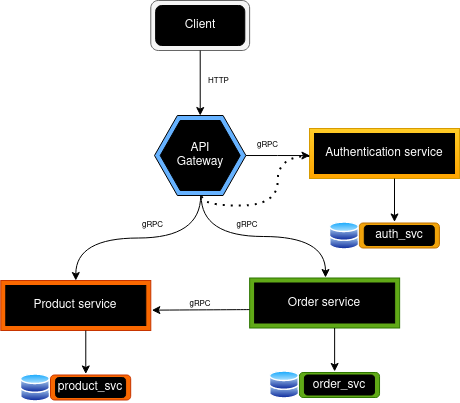
Above: Untitled Diagram.drawio.png in OlegDjur/Simple-Bank-Example (draw.io), before the change. Source tidied: cells renumbered, new cells last; positions are measured from the earlier drawing's top-left corner, leaving out a move shared by most shapes.
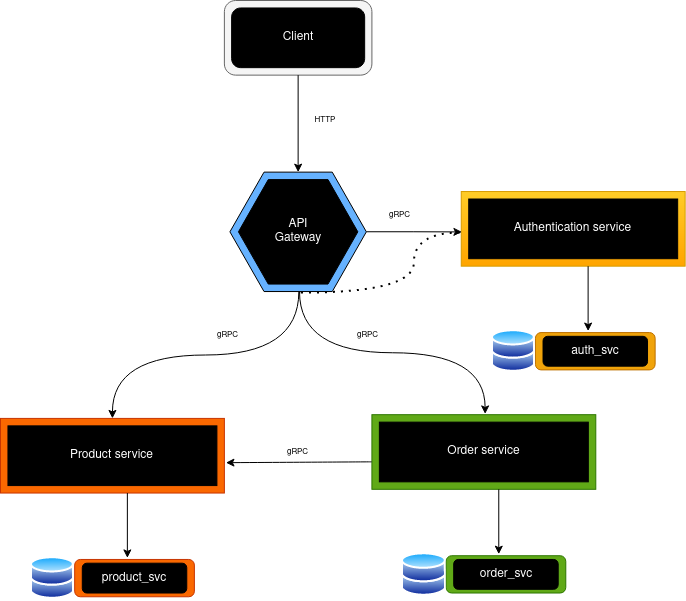
After the commit.

Change to the diagram source:
```diff
@@ -2,136 +2,139 @@
   <root>
     <mxCell id="0" />
     <mxCell id="1" parent="0" />
+    <mxCell id="43" style="group;" parent="1" vertex="1">
+      <mxGeometry x="-36" y="-55" width="684.6" height="600" as="geometry" />
+    </mxCell>
-    <mxCell id="2" style="rounded=1;whiteSpace=wrap;html=1;labelBackgroundColor=none;fillColor=#f0a30a;strokeColor=#BD7000;fontColor=#000000;" parent="1" vertex="1">
-      <mxGeometry x="358.7" y="222.5" width="80.2" height="25" as="geometry" />
+    <mxCell id="2" style="rounded=1;whiteSpace=wrap;html=1;labelBackgroundColor=none;fillColor=#f0a30a;strokeColor=#BD7000;fontColor=#000000;" parent="43" vertex="1">
+      <mxGeometry x="534.9" y="332.1" width="119.7" height="37.3" as="geometry" />
     </mxCell>
-    <mxCell id="3" style="rounded=1;whiteSpace=wrap;html=1;labelBackgroundColor=none;fillColor=#f5f5f5;fontColor=#333333;strokeColor=#666666;" parent="1" vertex="1">
-      <mxGeometry x="150.3" width="98.8" height="50" as="geometry" />
+    <mxCell id="3" style="rounded=1;whiteSpace=wrap;html=1;labelBackgroundColor=none;fillColor=#f5f5f5;fontColor=#333333;strokeColor=#666666;" parent="43" vertex="1">
+      <mxGeometry x="223.9" width="147.5" height="74.6" as="geometry" />
     </mxCell>
-    <mxCell id="4" style="rounded=0;whiteSpace=wrap;html=1;labelBackgroundColor=none;fillColor=#ffcd28;gradientColor=#ffa500;strokeColor=#d79b00;" parent="1" vertex="1">
-      <mxGeometry x="309" y="128" width="150" height="50" as="geometry" />
+    <mxCell id="4" style="rounded=0;whiteSpace=wrap;html=1;labelBackgroundColor=none;fillColor=#ffcd28;gradientColor=#ffa500;strokeColor=#d79b00;" parent="43" vertex="1">
+      <mxGeometry x="460.8" y="191" width="223.9" height="74.6" as="geometry" />
     </mxCell>
-    <mxCell id="5" style="edgeStyle=orthogonalEdgeStyle;rounded=0;jettySize=auto;html=1;fontColor=#FFFFFF;entryX=0.003;entryY=0.541;entryDx=0;entryDy=0;entryPerimeter=0;" parent="1" edge="1" source="6" target="4">
+    <mxCell id="5" style="edgeStyle=orthogonalEdgeStyle;rounded=0;jettySize=auto;html=1;fontColor=#FFFFFF;entryX=0.003;entryY=0.541;entryDx=0;entryDy=0;entryPerimeter=0;" parent="43" edge="1" source="6" target="4">
       <mxGeometry relative="1" as="geometry" />
     </mxCell>
-    <mxCell id="6" style="verticalLabelPosition=bottom;verticalAlign=top;html=1;shape=mxgraph.basic.polygon;polyCoords=[[0.25,0],[0.75,0],[1,0.5],[1,0.5],[0.75,1],[0.25,1],[0,0.5],[0,0.5]];polyline=0;fillColor=#66B2FF;" parent="1" vertex="1">
-      <mxGeometry x="154" y="115" width="91.4" height="80" as="geometry" />
+    <mxCell id="6" style="verticalLabelPosition=bottom;verticalAlign=top;html=1;shape=mxgraph.basic.polygon;polyCoords=[[0.25,0],[0.75,0],[1,0.5],[1,0.5],[0.75,1],[0.25,1],[0,0.5],[0,0.5]];polyline=0;fillColor=#66B2FF;" parent="43" vertex="1">
+      <mxGeometry x="229.4" y="171.6" width="136.5" height="119.4" as="geometry" />
     </mxCell>
-    <mxCell id="7" style="verticalLabelPosition=bottom;verticalAlign=top;html=1;shape=mxgraph.basic.polygon;polyCoords=[[0.25,0],[0.75,0],[1,0.5],[1,0.5],[0.75,1],[0.25,1],[0,0.5],[0,0.5]];polyline=0;fillColor=#000000;" parent="1" vertex="1">
-      <mxGeometry x="159.7" y="120" width="80" height="70" as="geometry" />
+    <mxCell id="7" style="verticalLabelPosition=bottom;verticalAlign=top;html=1;shape=mxgraph.basic.polygon;polyCoords=[[0.25,0],[0.75,0],[1,0.5],[1,0.5],[0.75,1],[0.25,1],[0,0.5],[0,0.5]];polyline=0;fillColor=#000000;" parent="43" vertex="1">
+      <mxGeometry x="237.9" y="179.1" width="119.4" height="104.5" as="geometry" />
     </mxCell>
-    <mxCell id="8" value="&lt;div&gt;&lt;font color=&quot;#FFFFFF&quot;&gt;&lt;span style=&quot;background-color: transparent;&quot;&gt;API&lt;br&gt;&lt;/span&gt;&lt;/font&gt;&lt;/div&gt;&lt;div&gt;&lt;font color=&quot;#FFFFFF&quot;&gt;&lt;span style=&quot;background-color: transparent;&quot;&gt;Gateway&lt;/span&gt;&lt;/font&gt;&lt;/div&gt;" style="text;html=1;align=center;verticalAlign=middle;whiteSpace=wrap;rounded=0;" parent="1" vertex="1">
-      <mxGeometry x="169.7" y="140" width="60" height="30" as="geometry" />
+    <mxCell id="8" value="&lt;div&gt;&lt;font color=&quot;#FFFFFF&quot;&gt;&lt;span style=&quot;background-color: transparent;&quot;&gt;API&lt;br&gt;&lt;/span&gt;&lt;/font&gt;&lt;/div&gt;&lt;div&gt;&lt;font color=&quot;#FFFFFF&quot;&gt;&lt;span style=&quot;background-color: transparent;&quot;&gt;Gateway&lt;/span&gt;&lt;/font&gt;&lt;/div&gt;" style="text;html=1;align=center;verticalAlign=middle;whiteSpace=wrap;rounded=0;" parent="43" vertex="1">
+      <mxGeometry x="252.9" y="209" width="89.6" height="44.8" as="geometry" />
     </mxCell>
-    <mxCell id="9" style="rounded=1;whiteSpace=wrap;html=1;labelBackgroundColor=none;fontColor=#FFFFFF;fillColor=#000000;" parent="1" vertex="1">
-      <mxGeometry x="155.1" y="5" width="89.1" height="40" as="geometry" />
+    <mxCell id="9" style="rounded=1;whiteSpace=wrap;html=1;labelBackgroundColor=none;fontColor=#FFFFFF;fillColor=#000000;" parent="43" vertex="1">
+      <mxGeometry x="231.1" y="7.5" width="133" height="59.7" as="geometry" />
     </mxCell>
-    <mxCell id="10" value="&lt;font color=&quot;#FFFFFF&quot;&gt;Client&lt;/font&gt;" style="text;html=1;align=center;verticalAlign=middle;whiteSpace=wrap;rounded=0;" parent="1" vertex="1">
-      <mxGeometry x="169.7" y="10" width="60" height="30" as="geometry" />
+    <mxCell id="10" value="&lt;font color=&quot;#FFFFFF&quot;&gt;Client&lt;/font&gt;" style="text;html=1;align=center;verticalAlign=middle;whiteSpace=wrap;rounded=0;" parent="43" vertex="1">
+      <mxGeometry x="252.9" y="14.9" width="89.6" height="44.8" as="geometry" />
     </mxCell>
-    <mxCell id="11" style="rounded=0;whiteSpace=wrap;html=1;labelBackgroundColor=none;fontColor=#FFFFFF;fillColor=#000000;" parent="1" vertex="1">
-      <mxGeometry x="314" y="133" width="140" height="40" as="geometry" />
+    <mxCell id="11" style="rounded=0;whiteSpace=wrap;html=1;labelBackgroundColor=none;fontColor=#FFFFFF;fillColor=#000000;" parent="43" vertex="1">
+      <mxGeometry x="468.2" y="198.5" width="209" height="59.7" as="geometry" />
     </mxCell>
-    <mxCell id="12" value="&lt;font color=&quot;#FFFFFF&quot;&gt;Authentication service&lt;/font&gt;" style="text;html=1;align=center;verticalAlign=middle;whiteSpace=wrap;rounded=0;" parent="1" vertex="1">
-      <mxGeometry x="314" y="138" width="140" height="30" as="geometry" />
+    <mxCell id="12" value="&lt;font color=&quot;#FFFFFF&quot;&gt;Authentication service&lt;/font&gt;" style="text;html=1;align=center;verticalAlign=middle;whiteSpace=wrap;rounded=0;" parent="43" vertex="1">
+      <mxGeometry x="468.2" y="206" width="209" height="44.8" as="geometry" />
     </mxCell>
-    <mxCell id="13" style="endArrow=classic;html=1;rounded=0;fontColor=#FFFFFF;exitX=0.5;exitY=1;exitDx=0;exitDy=0;" parent="1" edge="1" source="3" target="6">
+    <mxCell id="13" style="endArrow=classic;html=1;rounded=0;fontColor=#FFFFFF;exitX=0.5;exitY=1;exitDx=0;exitDy=0;" parent="43" edge="1" source="3" target="6">
       <mxGeometry relative="1" as="geometry" />
     </mxCell>
-    <mxCell id="14" style="rounded=1;whiteSpace=wrap;html=1;labelBackgroundColor=none;fontColor=#FFFFFF;fillColor=#000000;" parent="1" vertex="1">
-      <mxGeometry x="363.8" y="225" width="70" height="20" as="geometry" />
+    <mxCell id="14" style="rounded=1;whiteSpace=wrap;html=1;labelBackgroundColor=none;fontColor=#FFFFFF;fillColor=#000000;" parent="43" vertex="1">
+      <mxGeometry x="542.5" y="335.8" width="104.5" height="29.9" as="geometry" />
     </mxCell>
-    <mxCell id="15" value="auth_svc" style="text;html=1;strokeColor=none;fillColor=none;align=center;verticalAlign=middle;whiteSpace=wrap;rounded=0;fontColor=#FFFFFF;" parent="1" vertex="1">
-      <mxGeometry x="368.8" y="220" width="60" height="30" as="geometry" />
+    <mxCell id="15" value="auth_svc" style="text;html=1;strokeColor=none;fillColor=none;align=center;verticalAlign=middle;whiteSpace=wrap;rounded=0;fontColor=#FFFFFF;" parent="43" vertex="1">
+      <mxGeometry x="550" y="328.4" width="89.6" height="44.8" as="geometry" />
     </mxCell>
-    <mxCell id="16" style="perimeter=ellipsePerimeter;html=1;align=center;shadow=0;dashed=0;spacingTop=3;image;image=img/lib/active_directory/databases.svg;labelBackgroundColor=none;fontColor=#FFFFFF;fillColor=#000000;" parent="1" vertex="1">
-      <mxGeometry x="329.1" y="220.5" width="29.6" height="29" as="geometry" />
+    <mxCell id="16" style="perimeter=ellipsePerimeter;html=1;align=center;shadow=0;dashed=0;spacingTop=3;image;image=img/lib/active_directory/databases.svg;labelBackgroundColor=none;fontColor=#FFFFFF;fillColor=#000000;" parent="43" vertex="1">
+      <mxGeometry x="490.8" y="329.1" width="44.2" height="43.3" as="geometry" />
     </mxCell>
-    <mxCell id="17" style="endArrow=classic;html=1;rounded=0;fontColor=#000000;entryX=0.42;entryY=0.049;entryDx=0;entryDy=0;entryPerimeter=0;" parent="1" edge="1" target="15">
+    <mxCell id="17" style="endArrow=classic;html=1;rounded=0;fontColor=#000000;entryX=0.42;entryY=0.049;entryDx=0;entryDy=0;entryPerimeter=0;" parent="43" edge="1" target="15">
       <mxGeometry relative="1" as="geometry">
-        <mxPoint x="394" y="178" as="sourcePoint" />
+        <mxPoint x="587.6" y="265.7" as="sourcePoint" />
       </mxGeometry>
     </mxCell>
-    <mxCell id="18" style="rounded=1;whiteSpace=wrap;html=1;labelBackgroundColor=none;fillColor=#fa6800;strokeColor=#C73500;fontColor=#000000;" parent="1" vertex="1">
-      <mxGeometry x="50" y="374.5" width="80.2" height="25" as="geometry" />
+    <mxCell id="18" style="rounded=1;whiteSpace=wrap;html=1;labelBackgroundColor=none;fillColor=#fa6800;strokeColor=#C73500;fontColor=#000000;" parent="43" vertex="1">
+      <mxGeometry x="74.2" y="559" width="119.7" height="37.3" as="geometry" />
     </mxCell>
-    <mxCell id="19" style="rounded=0;whiteSpace=wrap;html=1;labelBackgroundColor=none;fillColor=#fa6800;strokeColor=#C73500;fontColor=#000000;" parent="1" vertex="1">
-      <mxGeometry x="0.3" y="280" width="150" height="50" as="geometry" />
+    <mxCell id="19" style="rounded=0;whiteSpace=wrap;html=1;labelBackgroundColor=none;fillColor=#fa6800;strokeColor=#C73500;fontColor=#000000;" parent="43" vertex="1">
+      <mxGeometry y="417.9" width="223.9" height="74.6" as="geometry" />
     </mxCell>
-    <mxCell id="20" style="rounded=0;whiteSpace=wrap;html=1;labelBackgroundColor=none;fontColor=#FFFFFF;fillColor=#000000;" parent="1" vertex="1">
-      <mxGeometry x="5.3" y="285" width="140" height="40" as="geometry" />
+    <mxCell id="20" style="rounded=0;whiteSpace=wrap;html=1;labelBackgroundColor=none;fontColor=#FFFFFF;fillColor=#000000;" parent="43" vertex="1">
+      <mxGeometry x="7.5" y="425.4" width="209" height="59.7" as="geometry" />
     </mxCell>
-    <mxCell id="21" value="&lt;font color=&quot;#FFFFFF&quot;&gt;Product service&lt;/font&gt;" style="text;html=1;align=center;verticalAlign=middle;whiteSpace=wrap;rounded=0;" parent="1" vertex="1">
-      <mxGeometry x="5.3" y="290" width="140" height="30" as="geometry" />
+    <mxCell id="21" value="&lt;font color=&quot;#FFFFFF&quot;&gt;Product service&lt;/font&gt;" style="text;html=1;align=center;verticalAlign=middle;whiteSpace=wrap;rounded=0;" parent="43" vertex="1">
+      <mxGeometry x="7.5" y="432.8" width="209" height="44.8" as="geometry" />
     </mxCell>
-    <mxCell id="22" style="rounded=1;whiteSpace=wrap;html=1;labelBackgroundColor=none;fontColor=#FFFFFF;fillColor=#000000;" parent="1" vertex="1">
-      <mxGeometry x="55.1" y="377" width="70" height="20" as="geometry" />
+    <mxCell id="22" style="rounded=1;whiteSpace=wrap;html=1;labelBackgroundColor=none;fontColor=#FFFFFF;fillColor=#000000;" parent="43" vertex="1">
+      <mxGeometry x="81.8" y="562.7" width="104.5" height="29.9" as="geometry" />
     </mxCell>
-    <mxCell id="23" value="product_svc" style="text;html=1;strokeColor=none;fillColor=none;align=center;verticalAlign=middle;whiteSpace=wrap;rounded=0;fontColor=#FFFFFF;" parent="1" vertex="1">
-      <mxGeometry x="60.1" y="372" width="60" height="30" as="geometry" />
+    <mxCell id="23" value="product_svc" style="text;html=1;strokeColor=none;fillColor=none;align=center;verticalAlign=middle;whiteSpace=wrap;rounded=0;fontColor=#FFFFFF;" parent="43" vertex="1">
+      <mxGeometry x="89.3" y="555.2" width="89.6" height="44.8" as="geometry" />
     </mxCell>
-    <mxCell id="24" style="perimeter=ellipsePerimeter;html=1;align=center;shadow=0;dashed=0;spacingTop=3;image;image=img/lib/active_directory/databases.svg;labelBackgroundColor=none;fontColor=#FFFFFF;fillColor=#000000;" parent="1" vertex="1">
-      <mxGeometry x="20.4" y="372.5" width="29.6" height="29" as="geometry" />
+    <mxCell id="24" style="perimeter=ellipsePerimeter;html=1;align=center;shadow=0;dashed=0;spacingTop=3;image;image=img/lib/active_directory/databases.svg;labelBackgroundColor=none;fontColor=#FFFFFF;fillColor=#000000;" parent="43" vertex="1">
+      <mxGeometry x="30" y="556" width="44.2" height="43.3" as="geometry" />
     </mxCell>
-    <mxCell id="25" style="endArrow=classic;html=1;rounded=0;fontColor=#000000;entryX=0.42;entryY=0.049;entryDx=0;entryDy=0;entryPerimeter=0;" parent="1" edge="1" target="23">
+    <mxCell id="25" style="endArrow=classic;html=1;rounded=0;fontColor=#000000;entryX=0.42;entryY=0.049;entryDx=0;entryDy=0;entryPerimeter=0;" parent="43" edge="1" target="23">
       <mxGeometry relative="1" as="geometry">
-        <mxPoint x="85.3" y="330" as="sourcePoint" />
+        <mxPoint x="126.9" y="492.5" as="sourcePoint" />
       </mxGeometry>
     </mxCell>
-    <mxCell id="26" style="rounded=1;whiteSpace=wrap;html=1;labelBackgroundColor=none;fillColor=#60a917;strokeColor=#2D7600;fontColor=#ffffff;" parent="1" vertex="1">
-      <mxGeometry x="298.8" y="372" width="80.2" height="25" as="geometry" />
+    <mxCell id="26" style="rounded=1;whiteSpace=wrap;html=1;labelBackgroundColor=none;fillColor=#60a917;strokeColor=#2D7600;fontColor=#ffffff;" parent="43" vertex="1">
+      <mxGeometry x="445.6" y="555.2" width="119.7" height="37.3" as="geometry" />
     </mxCell>
-    <mxCell id="27" style="rounded=0;whiteSpace=wrap;html=1;labelBackgroundColor=none;fillColor=#60a917;strokeColor=#2D7600;fontColor=#ffffff;" parent="1" vertex="1">
-      <mxGeometry x="249.1" y="277.5" width="150" height="50" as="geometry" />
+    <mxCell id="27" style="rounded=0;whiteSpace=wrap;html=1;labelBackgroundColor=none;fillColor=#60a917;strokeColor=#2D7600;fontColor=#ffffff;" parent="43" vertex="1">
+      <mxGeometry x="371.4" y="414.2" width="223.9" height="74.6" as="geometry" />
     </mxCell>
-    <mxCell id="28" style="rounded=0;whiteSpace=wrap;html=1;labelBackgroundColor=none;fontColor=#FFFFFF;fillColor=#000000;" parent="1" vertex="1">
-      <mxGeometry x="254.1" y="282.5" width="140" height="40" as="geometry" />
+    <mxCell id="28" style="rounded=0;whiteSpace=wrap;html=1;labelBackgroundColor=none;fontColor=#FFFFFF;fillColor=#000000;" parent="43" vertex="1">
+      <mxGeometry x="378.9" y="421.6" width="209" height="59.7" as="geometry" />
     </mxCell>
-    <mxCell id="29" value="&lt;font color=&quot;#FFFFFF&quot;&gt;Order service&lt;/font&gt;" style="text;html=1;align=center;verticalAlign=middle;whiteSpace=wrap;rounded=0;" parent="1" vertex="1">
-      <mxGeometry x="254.1" y="287.5" width="140" height="30" as="geometry" />
+    <mxCell id="29" value="&lt;font color=&quot;#FFFFFF&quot;&gt;Order service&lt;/font&gt;" style="text;html=1;align=center;verticalAlign=middle;whiteSpace=wrap;rounded=0;" parent="43" vertex="1">
+      <mxGeometry x="378.9" y="429.1" width="209" height="44.8" as="geometry" />
     </mxCell>
-    <mxCell id="30" style="rounded=1;whiteSpace=wrap;html=1;labelBackgroundColor=none;fontColor=#FFFFFF;fillColor=#000000;" parent="1" vertex="1">
-      <mxGeometry x="303.9" y="374.5" width="70" height="20" as="geometry" />
+    <mxCell id="30" style="rounded=1;whiteSpace=wrap;html=1;labelBackgroundColor=none;fontColor=#FFFFFF;fillColor=#000000;" parent="43" vertex="1">
+      <mxGeometry x="453.2" y="559" width="104.5" height="29.9" as="geometry" />
     </mxCell>
-    <mxCell id="31" value="order_svc" style="text;html=1;strokeColor=none;fillColor=none;align=center;verticalAlign=middle;whiteSpace=wrap;rounded=0;fontColor=#FFFFFF;" parent="1" vertex="1">
-      <mxGeometry x="308.9" y="369.5" width="60" height="30" as="geometry" />
+    <mxCell id="31" value="order_svc" style="text;html=1;strokeColor=none;fillColor=none;align=center;verticalAlign=middle;whiteSpace=wrap;rounded=0;fontColor=#FFFFFF;" parent="43" vertex="1">
+      <mxGeometry x="460.7" y="551.5" width="89.6" height="44.8" as="geometry" />
     </mxCell>
-    <mxCell id="32" style="perimeter=ellipsePerimeter;html=1;align=center;shadow=0;dashed=0;spacingTop=3;image;image=img/lib/active_directory/databases.svg;labelBackgroundColor=none;fontColor=#FFFFFF;fillColor=#000000;" parent="1" vertex="1">
-      <mxGeometry x="269.2" y="370" width="29.6" height="29" as="geometry" />
+    <mxCell id="32" style="perimeter=ellipsePerimeter;html=1;align=center;shadow=0;dashed=0;spacingTop=3;image;image=img/lib/active_directory/databases.svg;labelBackgroundColor=none;fontColor=#FFFFFF;fillColor=#000000;" parent="43" vertex="1">
+      <mxGeometry x="401.4" y="552.2" width="44.2" height="43.3" as="geometry" />
     </mxCell>
-    <mxCell id="33" style="endArrow=classic;html=1;rounded=0;fontColor=#000000;entryX=0.42;entryY=0.049;entryDx=0;entryDy=0;entryPerimeter=0;" parent="1" edge="1" target="31">
+    <mxCell id="33" style="endArrow=classic;html=1;rounded=0;fontColor=#000000;entryX=0.42;entryY=0.049;entryDx=0;entryDy=0;entryPerimeter=0;" parent="43" edge="1" target="31">
       <mxGeometry relative="1" as="geometry">
-        <mxPoint x="334.1" y="327.5" as="sourcePoint" />
+        <mxPoint x="498.3" y="488.8" as="sourcePoint" />
       </mxGeometry>
     </mxCell>
-    <mxCell id="34" style="endArrow=classic;html=1;rounded=0;fontColor=#000000;edgeStyle=orthogonalEdgeStyle;curved=1;entryX=0.5;entryY=0;entryDx=0;entryDy=0;exitX=0.505;exitY=1.001;exitDx=0;exitDy=0;exitPerimeter=0;" parent="1" edge="1" source="6" target="19">
+    <mxCell id="34" style="endArrow=classic;html=1;rounded=0;fontColor=#000000;edgeStyle=orthogonalEdgeStyle;curved=1;entryX=0.5;entryY=0;entryDx=0;entryDy=0;exitX=0.505;exitY=1.001;exitDx=0;exitDy=0;exitPerimeter=0;" parent="43" edge="1" source="6" target="19">
       <mxGeometry relative="1" as="geometry" />
     </mxCell>
-    <mxCell id="35" style="endArrow=classic;html=1;rounded=0;fontColor=#000000;edgeStyle=orthogonalEdgeStyle;curved=1;entryX=0.5;entryY=0;entryDx=0;entryDy=0;exitX=0.51;exitY=1.001;exitDx=0;exitDy=0;exitPerimeter=0;" parent="1" edge="1" source="6">
+    <mxCell id="35" style="endArrow=classic;html=1;rounded=0;fontColor=#000000;edgeStyle=orthogonalEdgeStyle;curved=1;entryX=0.5;entryY=0;entryDx=0;entryDy=0;exitX=0.51;exitY=1.001;exitDx=0;exitDy=0;exitPerimeter=0;" parent="43" edge="1" source="6">
       <mxGeometry relative="1" as="geometry">
-        <mxPoint x="325" y="277" as="targetPoint" />
+        <mxPoint x="484.6" y="413.4" as="targetPoint" />
       </mxGeometry>
     </mxCell>
-    <mxCell id="36" style="endArrow=none;dashed=1;html=1;dashPattern=1 3;strokeWidth=2;rounded=0;fontColor=#000000;edgeStyle=orthogonalEdgeStyle;curved=1;entryX=-0.001;entryY=0.549;entryDx=0;entryDy=0;entryPerimeter=0;exitX=0.52;exitY=1.009;exitDx=0;exitDy=0;exitPerimeter=0;" parent="1" edge="1" source="6" target="4">
+    <mxCell id="36" style="endArrow=none;dashed=1;html=1;dashPattern=1 3;strokeWidth=2;rounded=0;fontColor=#000000;edgeStyle=orthogonalEdgeStyle;curved=1;entryX=-0.001;entryY=0.549;entryDx=0;entryDy=0;entryPerimeter=0;exitX=0.52;exitY=1.009;exitDx=0;exitDy=0;exitPerimeter=0;" parent="43" edge="1" source="6" target="4">
       <mxGeometry relative="1" as="geometry" />
     </mxCell>
-    <mxCell id="37" value="&lt;font style=&quot;font-size: 8px;&quot;&gt;HTTP&lt;/font&gt;" style="text;html=1;strokeColor=none;fillColor=none;align=center;verticalAlign=middle;whiteSpace=wrap;rounded=0;fontColor=#000000;" parent="1" vertex="1">
-      <mxGeometry x="190.6" y="70" width="54.9" height="20" as="geometry" />
+    <mxCell id="37" value="&lt;font style=&quot;font-size: 8px;&quot;&gt;HTTP&lt;/font&gt;" style="text;html=1;strokeColor=none;fillColor=none;align=center;verticalAlign=middle;whiteSpace=wrap;rounded=0;fontColor=#000000;" parent="43" vertex="1">
+      <mxGeometry x="284" y="104.5" width="81.9" height="29.9" as="geometry" />
     </mxCell>
-    <mxCell id="38" value="&lt;font style=&quot;font-size: 8px;&quot;&gt;gRPC&lt;/font&gt;" style="text;html=1;strokeColor=none;fillColor=none;align=center;verticalAlign=middle;whiteSpace=wrap;rounded=0;fontColor=#000000;" parent="1" vertex="1">
-      <mxGeometry x="245.4" y="133" width="44.9" height="21" as="geometry" />
+    <mxCell id="38" value="&lt;font style=&quot;font-size: 8px;&quot;&gt;gRPC&lt;/font&gt;" style="text;html=1;strokeColor=none;fillColor=none;align=center;verticalAlign=middle;whiteSpace=wrap;rounded=0;fontColor=#000000;" parent="43" vertex="1">
+      <mxGeometry x="365.9" y="198.5" width="67" height="31.3" as="geometry" />
     </mxCell>
-    <mxCell id="39" value="&lt;font style=&quot;font-size: 8px;&quot;&gt;gRPC&lt;/font&gt;" style="text;html=1;strokeColor=none;fillColor=none;align=center;verticalAlign=middle;whiteSpace=wrap;rounded=0;fontColor=#000000;" parent="1" vertex="1">
-      <mxGeometry x="130.2" y="213" width="44.9" height="21" as="geometry" />
+    <mxCell id="39" value="&lt;font style=&quot;font-size: 8px;&quot;&gt;gRPC&lt;/font&gt;" style="text;html=1;strokeColor=none;fillColor=none;align=center;verticalAlign=middle;whiteSpace=wrap;rounded=0;fontColor=#000000;" parent="43" vertex="1">
+      <mxGeometry x="193.9" y="317.9" width="67" height="31.3" as="geometry" />
     </mxCell>
-    <mxCell id="40" value="&lt;font style=&quot;font-size: 8px;&quot;&gt;gRPC&lt;/font&gt;" style="text;html=1;strokeColor=none;fillColor=none;align=center;verticalAlign=middle;whiteSpace=wrap;rounded=0;fontColor=#000000;" parent="1" vertex="1">
-      <mxGeometry x="229.7" y="217.5" width="34.3" height="12" as="geometry" />
+    <mxCell id="40" value="&lt;font style=&quot;font-size: 8px;&quot;&gt;gRPC&lt;/font&gt;" style="text;html=1;strokeColor=none;fillColor=none;align=center;verticalAlign=middle;whiteSpace=wrap;rounded=0;fontColor=#000000;" parent="43" vertex="1">
+      <mxGeometry x="342.4" y="324.6" width="51.2" height="17.9" as="geometry" />
     </mxCell>
-    <mxCell id="41" style="endArrow=classic;html=1;rounded=0;fontSize=8;fontColor=#000000;curved=1;exitX=-0.001;exitY=0.632;exitDx=0;exitDy=0;exitPerimeter=0;entryX=1.007;entryY=0.593;entryDx=0;entryDy=0;entryPerimeter=0;" parent="1" edge="1" source="27" target="19">
+    <mxCell id="41" style="endArrow=classic;html=1;rounded=0;fontSize=8;fontColor=#000000;curved=1;exitX=-0.001;exitY=0.632;exitDx=0;exitDy=0;exitPerimeter=0;entryX=1.007;entryY=0.593;entryDx=0;entryDy=0;entryPerimeter=0;" parent="43" edge="1" source="27" target="19">
       <mxGeometry relative="1" as="geometry" />
     </mxCell>
-    <mxCell id="42" value="&lt;font style=&quot;font-size: 8px;&quot;&gt;gRPC&lt;/font&gt;" style="text;html=1;strokeColor=none;fillColor=none;align=center;verticalAlign=middle;whiteSpace=wrap;rounded=0;fontColor=#000000;" parent="1" vertex="1">
-      <mxGeometry x="182.6" y="296.5" width="34.3" height="12" as="geometry" />
+    <mxCell id="42" value="&lt;font style=&quot;font-size: 8px;&quot;&gt;gRPC&lt;/font&gt;" style="text;html=1;strokeColor=none;fillColor=none;align=center;verticalAlign=middle;whiteSpace=wrap;rounded=0;fontColor=#000000;" parent="43" vertex="1">
+      <mxGeometry x="272.1" y="442.5" width="51.2" height="17.9" as="geometry" />
     </mxCell>
   </root>
 </mxGraphModel>
```
